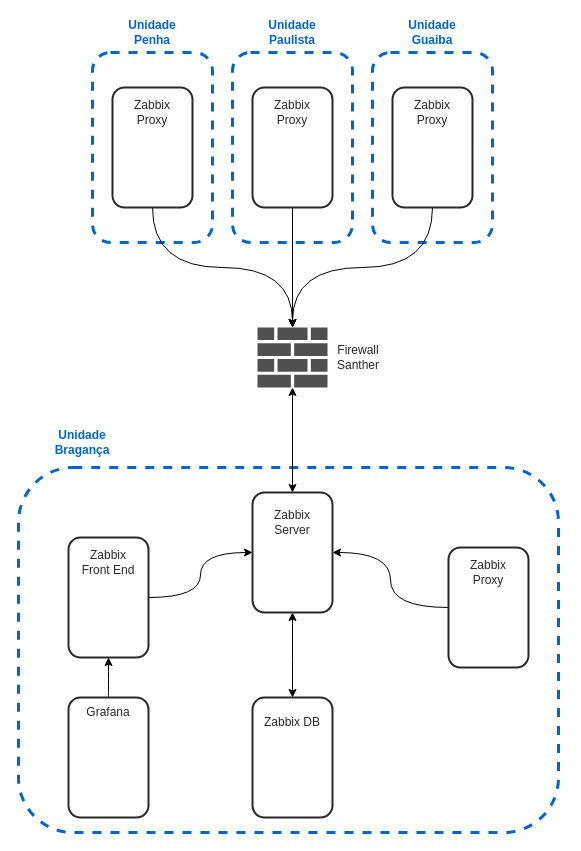
KelitonVougan/diagrams keeps this draw.io diagram as Diagrama Infraestrutura Zabbix Santher.drawio. Above is the earlier version. Source tidied: cells renumbered, new cells numbered last; positions are measured from the earlier drawing's top-left corner, leaving out a move shared by most shapes. Both pictures are drawn from the tidied source at 100%, with x=0, y=0 at pixel (18, 17).
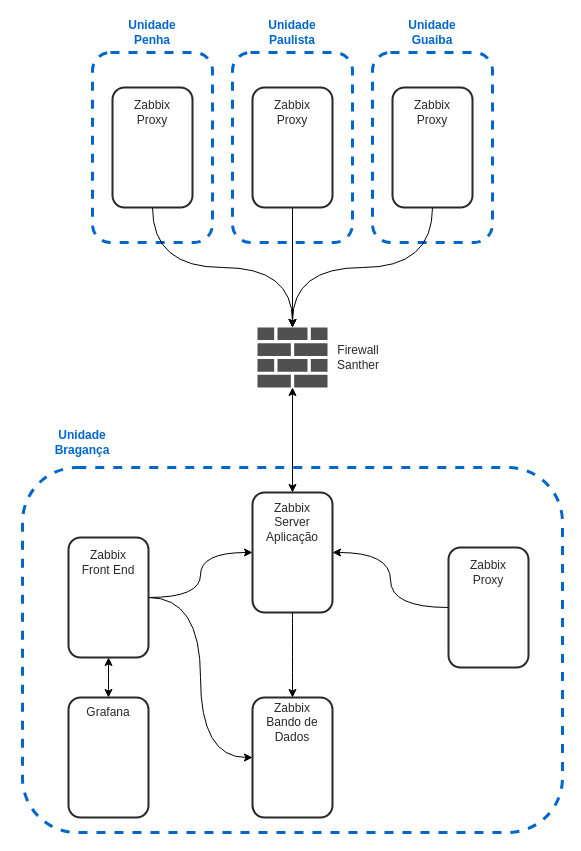
Above is the later version.

Unchanged cells that the change refers to:
```xml
<mxCell id="2" style="rounded=1;whiteSpace=wrap;html=1;fillColor=none;strokeWidth=2;strokeColor=#292929;" parent="1" vertex="1">
  <mxGeometry x="234" y="680" width="80" height="120" as="geometry" />
</mxCell>
<mxCell id="8" style="rounded=1;whiteSpace=wrap;html=1;fillColor=none;strokeWidth=2;strokeColor=#292929;" parent="1" vertex="1">
  <mxGeometry x="50" y="520" width="80" height="120" as="geometry" />
</mxCell>
<mxCell id="10" style="rounded=1;whiteSpace=wrap;html=1;fillColor=none;strokeWidth=2;strokeColor=#292929;" parent="1" vertex="1">
  <mxGeometry x="50" y="680" width="80" height="120" as="geometry" />
</mxCell>
```

What changed in the source:
```diff
@@
+    <mxCell id="16" style="rounded=1;whiteSpace=wrap;html=1;fillColor=none;strokeWidth=2;strokeColor=#292929;" parent="1" vertex="1">
+      <mxGeometry x="234" y="475" width="80" height="120" as="geometry" />
+    </mxCell>
@@
     <mxCell id="6" style="rounded=1;whiteSpace=wrap;html=1;fillColor=none;strokeColor=#0066CC;dashed=1;strokeWidth=3;" parent="1" vertex="1">
-      <mxGeometry y="450" width="540" height="365" as="geometry" />
+      <mxGeometry x="4" y="450" width="540" height="365" as="geometry" />
     </mxCell>
-    <mxCell id="7" style="edgeStyle=orthogonalEdgeStyle;rounded=0;jettySize=auto;html=1;entryX=0;entryY=0.5;entryDx=0;entryDy=0;curved=1;" parent="1" edge="1" source="8" target="16">
+    <mxCell id="7" style="edgeStyle=orthogonalEdgeStyle;rounded=0;jettySize=auto;html=1;curved=1;entryX=0;entryY=0.5;entryDx=0;entryDy=0;" parent="1" edge="1" source="8" target="2">
       <mxGeometry relative="1" as="geometry" />
     </mxCell>
+    <mxCell id="36" style="edgeStyle=orthogonalEdgeStyle;rounded=0;jettySize=auto;html=1;exitX=1;exitY=0.5;exitDx=0;exitDy=0;entryX=0;entryY=0.5;entryDx=0;entryDy=0;curved=1;" parent="1" edge="1" source="8" target="16">
+      <mxGeometry relative="1" as="geometry" />
+    </mxCell>
@@
-    <mxCell id="9" style="edgeStyle=orthogonalEdgeStyle;rounded=0;jettySize=auto;html=1;entryX=0.5;entryY=1;entryDx=0;entryDy=0;curved=1;" parent="1" edge="1" source="10" target="8">
+    <mxCell id="9" style="edgeStyle=orthogonalEdgeStyle;rounded=0;jettySize=auto;html=1;entryX=0.5;entryY=1;entryDx=0;entryDy=0;curved=1;startArrow=classic;startFill=1;" parent="1" edge="1" source="10" target="8">
       <mxGeometry relative="1" as="geometry" />
     </mxCell>
@@
-    <mxCell id="12" value="&lt;font face=&quot;REM&quot; color=&quot;#292929&quot;&gt;Zabbix Server&lt;br&gt;&lt;/font&gt;" style="text;html=1;strokeColor=none;fillColor=none;align=center;verticalAlign=middle;whiteSpace=wrap;rounded=0;" parent="1" vertex="1">
+    <mxCell id="12" value="&lt;font face=&quot;REM&quot; color=&quot;#292929&quot;&gt;Zabbix Server&lt;br&gt;Aplicação&lt;br&gt;&lt;/font&gt;" style="text;html=1;strokeColor=none;fillColor=none;align=center;verticalAlign=middle;whiteSpace=wrap;rounded=0;" parent="1" vertex="1">
       <mxGeometry x="244" y="490" width="60" height="30" as="geometry" />
     </mxCell>
-    <mxCell id="13" value="&lt;font face=&quot;REM&quot; color=&quot;#292929&quot;&gt;Zabbix DB&lt;br&gt;&lt;/font&gt;" style="text;html=1;strokeColor=none;fillColor=none;align=center;verticalAlign=middle;whiteSpace=wrap;rounded=0;" parent="1" vertex="1">
+    <mxCell id="13" value="&lt;font face=&quot;REM&quot; color=&quot;#292929&quot;&gt;Zabbix Bando de Dados&lt;br&gt;&lt;/font&gt;" style="text;html=1;strokeColor=none;fillColor=none;align=center;verticalAlign=middle;whiteSpace=wrap;rounded=0;" parent="1" vertex="1">
       <mxGeometry x="244" y="690" width="60" height="30" as="geometry" />
     </mxCell>
@@
-    <mxCell id="15" style="edgeStyle=orthogonalEdgeStyle;rounded=0;jettySize=auto;html=1;entryX=0.5;entryY=0;entryDx=0;entryDy=0;curved=1;startArrow=classic;startFill=1;" parent="1" edge="1" source="16" target="2">
+    <mxCell id="15" style="edgeStyle=orthogonalEdgeStyle;rounded=0;jettySize=auto;html=1;entryX=0.5;entryY=0;entryDx=0;entryDy=0;curved=1;startArrow=none;startFill=0;" parent="1" edge="1" source="16" target="2">
       <mxGeometry relative="1" as="geometry" />
     </mxCell>
-    <mxCell id="16" style="rounded=1;whiteSpace=wrap;html=1;fillColor=none;strokeWidth=2;strokeColor=#292929;" parent="1" vertex="1">
-      <mxGeometry x="234" y="475" width="80" height="120" as="geometry" />
-    </mxCell>
```
